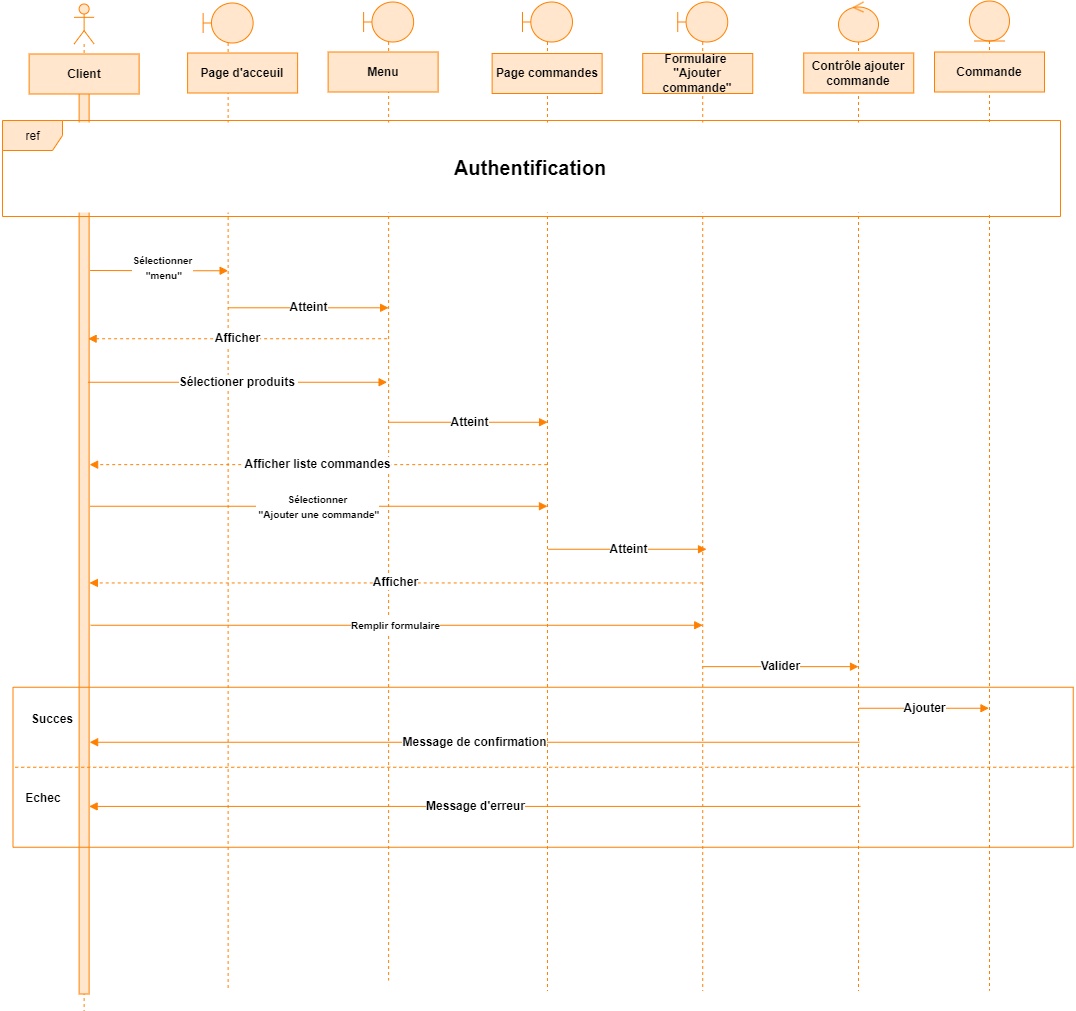
The draw.io diagram images/Cas_ etablir commande.png in alizhassane/pfe, before a commit. Source tidied: cells renumbered, new cells last; positions are measured from the earlier drawing's top-left corner, leaving out a move shared by most shapes.
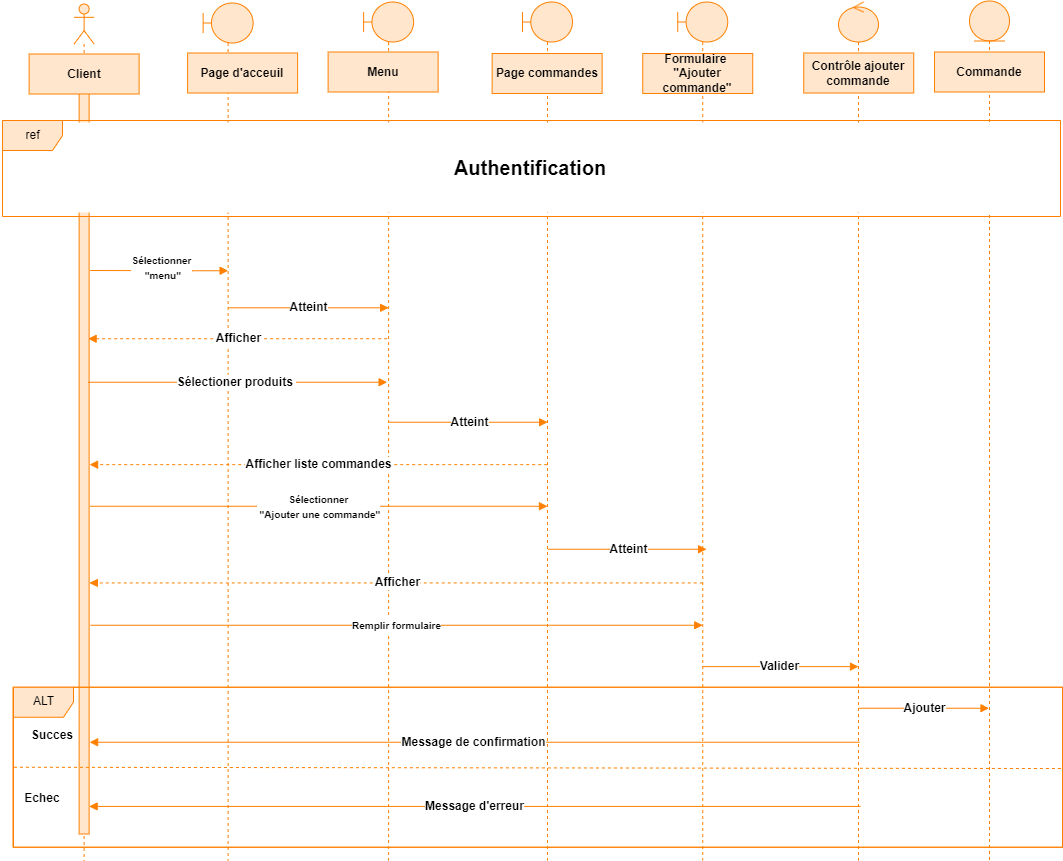
After the commit.

Diff of the diagram source:
```diff
@@ -3,25 +3,25 @@
     <mxCell id="0" />
     <mxCell id="1" parent="0" />
     <mxCell id="2" style="shape=umlLifeline;perimeter=lifelinePerimeter;whiteSpace=wrap;html=1;newEdgeStyle={&quot;curved&quot;:0,&quot;rounded&quot;:0};participant=umlControl;strokeColor=#FF8000;align=center;verticalAlign=middle;fontFamily=Helvetica;fontSize=12;fontColor=default;fontStyle=1;fillColor=#FFE6CC;" parent="1" vertex="1">
-      <mxGeometry x="838" y="1.5" width="40" height="988.5" as="geometry" />
+      <mxGeometry x="838" y="1.5" width="40" height="858.5" as="geometry" />
     </mxCell>
     <mxCell id="3" style="shape=umlLifeline;perimeter=lifelinePerimeter;whiteSpace=wrap;html=1;newEdgeStyle={&quot;curved&quot;:0,&quot;rounded&quot;:0};participant=umlBoundary;strokeColor=#FF8000;align=center;verticalAlign=middle;fontFamily=Helvetica;fontSize=12;fontColor=default;fontStyle=1;fillColor=#FFE6CC;" parent="1" vertex="1">
-      <mxGeometry x="677.2" y="1.5" width="50" height="988.5" as="geometry" />
+      <mxGeometry x="677.2" y="1.5" width="50" height="858.5" as="geometry" />
     </mxCell>
     <mxCell id="4" style="shape=umlLifeline;perimeter=lifelinePerimeter;whiteSpace=wrap;html=1;newEdgeStyle={&quot;curved&quot;:0,&quot;rounded&quot;:0};participant=umlBoundary;strokeColor=#FF8000;align=center;verticalAlign=middle;fontFamily=Helvetica;fontSize=12;fontColor=default;fontStyle=1;fillColor=#FFE6CC;" parent="1" vertex="1">
-      <mxGeometry x="522" y="1.5" width="50" height="988.5" as="geometry" />
+      <mxGeometry x="522" y="1.5" width="50" height="858.5" as="geometry" />
     </mxCell>
     <mxCell id="5" style="shape=umlLifeline;perimeter=lifelinePerimeter;whiteSpace=wrap;html=1;newEdgeStyle={&quot;curved&quot;:0,&quot;rounded&quot;:0};participant=umlActor;strokeColor=#FF8000;align=center;verticalAlign=middle;fontFamily=Helvetica;fontSize=12;fontColor=default;fontStyle=1;fillColor=#FFE6CC;" parent="1" vertex="1">
-      <mxGeometry x="73.6" y="3.5" width="20" height="1006.5" as="geometry" />
+      <mxGeometry x="73.6" y="3.5" width="20" height="856.5" as="geometry" />
     </mxCell>
     <mxCell id="6" style="html=1;points=[[0,0,0,0,5],[0,1,0,0,-5],[1,0,0,0,5],[1,1,0,0,-5]];perimeter=orthogonalPerimeter;outlineConnect=0;targetShapes=umlLifeline;portConstraint=eastwest;newEdgeStyle={&quot;curved&quot;:0,&quot;rounded&quot;:0};fillColor=#FFE6CC;strokeColor=#FF8000;align=center;verticalAlign=middle;fontFamily=Helvetica;fontSize=12;fontColor=default;fontStyle=1;" parent="5" vertex="1">
-      <mxGeometry x="5" y="70" width="10" height="920" as="geometry" />
+      <mxGeometry x="5" y="70" width="10" height="760" as="geometry" />
     </mxCell>
     <mxCell id="7" style="shape=umlLifeline;perimeter=lifelinePerimeter;whiteSpace=wrap;html=1;newEdgeStyle={&quot;curved&quot;:0,&quot;rounded&quot;:0};participant=umlBoundary;strokeColor=#FF8000;align=center;verticalAlign=middle;fontFamily=Helvetica;fontSize=12;fontColor=default;fontStyle=1;fillColor=#FFE6CC;" parent="1" vertex="1">
-      <mxGeometry x="363.1" y="1.5" width="50" height="978.5" as="geometry" />
+      <mxGeometry x="363.1" y="1.5" width="50" height="858.5" as="geometry" />
     </mxCell>
     <mxCell id="8" style="shape=umlLifeline;perimeter=lifelinePerimeter;whiteSpace=wrap;html=1;newEdgeStyle={&quot;curved&quot;:0,&quot;rounded&quot;:0};participant=umlBoundary;strokeColor=#FF8000;align=center;verticalAlign=middle;fontFamily=Helvetica;fontSize=12;fontColor=default;fontStyle=1;fillColor=#FFE6CC;" parent="1" vertex="1">
-      <mxGeometry x="202.6" y="2.5" width="50" height="987.5" as="geometry" />
+      <mxGeometry x="202.6" y="2.5" width="50" height="857.5" as="geometry" />
     </mxCell>
     <mxCell id="9" value="Client" style="rounded=0;whiteSpace=wrap;html=1;fillColor=#FFE6CC;strokeColor=#FF8000;align=center;verticalAlign=middle;fontFamily=Helvetica;fontSize=12;fontColor=default;fontStyle=1;" parent="1" vertex="1">
       <mxGeometry x="28.6" y="53.5" width="110" height="40" as="geometry" />
@@ -72,10 +72,10 @@
       </mxGeometry>
     </mxCell>
     <mxCell id="19" style="swimlane;startSize=0;fillColor=#FFE6CC;strokeColor=#FF8000;align=center;verticalAlign=middle;fontFamily=Helvetica;fontSize=12;fontColor=default;fontStyle=1;" parent="1" vertex="1">
-      <mxGeometry x="12.5" y="686.8" width="1060.2" height="160" as="geometry" />
+      <mxGeometry x="12.5" y="686.8" width="1049.5" height="160" as="geometry" />
     </mxCell>
     <mxCell id="20" value="&lt;b&gt;Succes&lt;/b&gt;" style="text;html=1;align=center;verticalAlign=middle;whiteSpace=wrap;rounded=0;fontFamily=Helvetica;fontSize=12;fontColor=default;fontStyle=1;" parent="19" vertex="1">
-      <mxGeometry x="9.2" y="17.5" width="60" height="30" as="geometry" />
+      <mxGeometry x="9.2" y="33.5" width="60" height="30" as="geometry" />
     </mxCell>
     <mxCell id="21" value="&lt;b&gt;Echec&lt;/b&gt;" style="text;html=1;align=center;verticalAlign=middle;whiteSpace=wrap;rounded=0;fontFamily=Helvetica;fontSize=12;fontColor=default;fontStyle=1;" parent="19" vertex="1">
       <mxGeometry y="96" width="60" height="30" as="geometry" />
@@ -85,9 +85,8 @@
         <mxPoint x="847.5" y="119.2" as="sourcePoint" />
       </mxGeometry>
     </mxCell>
-    <mxCell id="23" style="html=1;verticalAlign=middle;endArrow=none;curved=0;rounded=0;dashed=1;endFill=0;entryX=0;entryY=0.75;entryDx=0;entryDy=0;strokeColor=#FF8000;align=center;fontFamily=Helvetica;fontSize=12;fontColor=default;fontStyle=1;fillColor=#FFE6CC;" parent="19" edge="1">
+    <mxCell id="23" style="html=1;verticalAlign=middle;endArrow=none;curved=0;rounded=0;dashed=1;endFill=0;entryX=0;entryY=0.75;entryDx=0;entryDy=0;strokeColor=#FF8000;align=center;fontFamily=Helvetica;fontSize=12;fontColor=default;fontStyle=1;fillColor=#FFE6CC;exitX=0.998;exitY=0.508;exitDx=0;exitDy=0;exitPerimeter=0;" parent="19" edge="1" source="26">
       <mxGeometry relative="1" as="geometry">
-        <mxPoint x="1061.2" y="80" as="sourcePoint" />
         <mxPoint x="1" y="80" as="targetPoint" />
       </mxGeometry>
     </mxCell>
@@ -97,64 +96,67 @@
         <mxPoint x="76.6" y="55" as="targetPoint" />
       </mxGeometry>
     </mxCell>
-    <mxCell id="25" value="Ajouter" style="html=1;verticalAlign=middle;endArrow=block;curved=0;rounded=0;strokeColor=#FF8000;align=center;fontFamily=Helvetica;fontSize=12;fontColor=default;fontStyle=1;fillColor=#FFE6CC;" parent="19" edge="1" target="32">
+    <mxCell id="25" value="Ajouter" style="html=1;verticalAlign=middle;endArrow=block;curved=0;rounded=0;strokeColor=#FF8000;align=center;fontFamily=Helvetica;fontSize=12;fontColor=default;fontStyle=1;fillColor=#FFE6CC;" parent="19" edge="1" target="33">
       <mxGeometry x="-0.01" relative="1" as="geometry">
         <mxPoint x="846" y="21" as="sourcePoint" />
       </mxGeometry>
     </mxCell>
-    <mxCell id="26" value="Formulaire&amp;nbsp;&lt;div&gt;&lt;span style=&quot;background-color: initial;&quot;&gt;&quot;Ajouter commande&quot;&lt;/span&gt;&lt;/div&gt;" style="rounded=0;whiteSpace=wrap;html=1;fillColor=#FFE6CC;strokeColor=#FF8000;align=center;verticalAlign=middle;fontFamily=Helvetica;fontSize=12;fontColor=default;fontStyle=1;" parent="1" vertex="1">
-      <mxGeometry x="642.2" y="53" width="110" height="40" as="geometry" />
+    <mxCell id="26" value="ALT" style="shape=umlFrame;whiteSpace=wrap;html=1;fillColor=#FFE6CC;strokeColor=#FF8000;align=center;verticalAlign=middle;fontFamily=Helvetica;fontSize=12;fontColor=default;" parent="19" vertex="1">
+      <mxGeometry x="0.5" width="1049.5" height="160" as="geometry" />
     </mxCell>
-    <mxCell id="27" value="Afficher liste commandes" style="html=1;verticalAlign=middle;endArrow=block;curved=0;rounded=0;dashed=1;strokeColor=#FF8000;align=center;fontFamily=Helvetica;fontSize=12;fontColor=default;fontStyle=1;fillColor=#FFE6CC;" parent="1" edge="1">
-      <mxGeometry relative="1" as="geometry">
-        <mxPoint x="546.7" y="464.1" as="sourcePoint" />
-        <mxPoint x="89.1" y="464.1" as="targetPoint" />
-      </mxGeometry>
+    <mxCell id="27" value="Formulaire&amp;nbsp;&lt;div&gt;&lt;span style=&quot;background-color: initial;&quot;&gt;&quot;Ajouter commande&quot;&lt;/span&gt;&lt;/div&gt;" style="rounded=0;whiteSpace=wrap;html=1;fillColor=#FFE6CC;strokeColor=#FF8000;align=center;verticalAlign=middle;fontFamily=Helvetica;fontSize=12;fontColor=default;fontStyle=1;" parent="1" vertex="1">
+      <mxGeometry x="642.2" y="53" width="110" height="40" as="geometry" />
     </mxCell>
-    <mxCell id="28" value="&lt;span style=&quot;font-size: 10px;&quot;&gt;Sélectionner&lt;/span&gt;&lt;div&gt;&lt;span style=&quot;font-size: 10px;&quot;&gt;&amp;nbsp;&quot;Ajouter une commande&quot;&lt;/span&gt;&lt;/div&gt;" style="html=1;verticalAlign=middle;endArrow=block;curved=0;rounded=0;strokeColor=#FF8000;align=center;fontFamily=Helvetica;fontSize=12;fontColor=default;fontStyle=1;fillColor=#FFE6CC;" parent="1" edge="1">
+    <mxCell id="28" value="Afficher liste commandes" style="html=1;verticalAlign=middle;endArrow=block;curved=0;rounded=0;dashed=1;strokeColor=#FF8000;align=center;fontFamily=Helvetica;fontSize=12;fontColor=default;fontStyle=1;fillColor=#FFE6CC;" parent="1" edge="1">
       <mxGeometry relative="1" as="geometry">
-        <mxPoint x="89.7" y="505.8" as="sourcePoint" />
-        <mxPoint x="547" y="505.8" as="targetPoint" />
+        <mxPoint x="546.7" y="464.1" as="sourcePoint" />
+        <mxPoint x="89.1" y="464.1" as="targetPoint" />
       </mxGeometry>
     </mxCell>
-    <mxCell id="29" value="Atteint" style="html=1;verticalAlign=middle;endArrow=block;curved=0;rounded=0;strokeColor=#FF8000;align=center;fontFamily=Helvetica;fontSize=12;fontColor=default;fontStyle=1;fillColor=#FFE6CC;" parent="1" edge="1">
+    <mxCell id="29" value="&lt;span style=&quot;font-size: 10px;&quot;&gt;Sélectionner&lt;/span&gt;&lt;div&gt;&lt;span style=&quot;font-size: 10px;&quot;&gt;&amp;nbsp;&quot;Ajouter une commande&quot;&lt;/span&gt;&lt;/div&gt;" style="html=1;verticalAlign=middle;endArrow=block;curved=0;rounded=0;strokeColor=#FF8000;align=center;fontFamily=Helvetica;fontSize=12;fontColor=default;fontStyle=1;fillColor=#FFE6CC;" parent="1" edge="1">
       <mxGeometry relative="1" as="geometry">
-        <mxPoint x="547.5" y="548.8" as="sourcePoint" />
-        <mxPoint x="706" y="548.8" as="targetPoint" />
+        <mxPoint x="89.7" y="505.8" as="sourcePoint" />
+        <mxPoint x="547" y="505.8" as="targetPoint" />
       </mxGeometry>
     </mxCell>
-    <mxCell id="30" value="Afficher" style="html=1;verticalAlign=middle;endArrow=block;curved=0;rounded=0;dashed=1;strokeColor=#FF8000;align=center;fontFamily=Helvetica;fontSize=12;fontColor=default;fontStyle=1;fillColor=#FFE6CC;entryX=0.977;entryY=0.52;entryDx=0;entryDy=0;entryPerimeter=0;" parent="1" edge="1">
+    <mxCell id="30" value="Atteint" style="html=1;verticalAlign=middle;endArrow=block;curved=0;rounded=0;strokeColor=#FF8000;align=center;fontFamily=Helvetica;fontSize=12;fontColor=default;fontStyle=1;fillColor=#FFE6CC;" parent="1" edge="1">
       <mxGeometry relative="1" as="geometry">
-        <mxPoint x="702.2" y="582.4" as="sourcePoint" />
-        <mxPoint x="88.9" y="582.4" as="targetPoint" />
+        <mxPoint x="547.5" y="548.8" as="sourcePoint" />
+        <mxPoint x="706" y="548.8" as="targetPoint" />
       </mxGeometry>
     </mxCell>
-    <mxCell id="31" value="&lt;span style=&quot;font-size: 10px;&quot;&gt;Remplir formulaire&lt;/span&gt;" style="html=1;verticalAlign=middle;endArrow=block;curved=0;rounded=0;strokeColor=#FF8000;align=center;fontFamily=Helvetica;fontSize=12;fontColor=default;fontStyle=1;fillColor=#FFE6CC;" parent="1" edge="1">
+    <mxCell id="31" value="Afficher" style="html=1;verticalAlign=middle;endArrow=block;curved=0;rounded=0;dashed=1;strokeColor=#FF8000;align=center;fontFamily=Helvetica;fontSize=12;fontColor=default;fontStyle=1;fillColor=#FFE6CC;entryX=0.977;entryY=0.52;entryDx=0;entryDy=0;entryPerimeter=0;" parent="1" edge="1">
       <mxGeometry relative="1" as="geometry">
-        <mxPoint x="90.1" y="624.8" as="sourcePoint" />
-        <mxPoint x="702.2" y="624.8" as="targetPoint" />
+        <mxPoint x="702.2" y="582.4" as="sourcePoint" />
+        <mxPoint x="88.9" y="582.4" as="targetPoint" />
       </mxGeometry>
     </mxCell>
-    <mxCell id="32" style="shape=umlLifeline;perimeter=lifelinePerimeter;whiteSpace=wrap;html=1;outlineConnect=0;portConstraint=eastwest;newEdgeStyle={&quot;curved&quot;:0,&quot;rounded&quot;:0};participant=umlEntity;strokeColor=#FF8000;align=center;verticalAlign=middle;fontFamily=Helvetica;fontSize=12;fontColor=default;fontStyle=1;fillColor=#FFE6CC;" parent="1" vertex="1">
-      <mxGeometry x="969" y="0.5" width="40" height="989.5" as="geometry" />
+    <mxCell id="32" value="&lt;span style=&quot;font-size: 10px;&quot;&gt;Remplir formulaire&lt;/span&gt;" style="html=1;verticalAlign=middle;endArrow=block;curved=0;rounded=0;strokeColor=#FF8000;align=center;fontFamily=Helvetica;fontSize=12;fontColor=default;fontStyle=1;fillColor=#FFE6CC;" parent="1" edge="1">
+      <mxGeometry relative="1" as="geometry">
+        <mxPoint x="90.1" y="624.8" as="sourcePoint" />
+        <mxPoint x="702.2" y="624.8" as="targetPoint" />
+      </mxGeometry>
     </mxCell>
-    <mxCell id="33" value="Commande" style="rounded=0;whiteSpace=wrap;html=1;fillColor=#FFE6CC;strokeColor=#FF8000;align=center;verticalAlign=middle;fontFamily=Helvetica;fontSize=12;fontColor=default;fontStyle=1;" parent="1" vertex="1">
-      <mxGeometry x="934" y="51.5" width="110" height="40" as="geometry" />
+    <mxCell id="33" style="shape=umlLifeline;perimeter=lifelinePerimeter;whiteSpace=wrap;html=1;outlineConnect=0;portConstraint=eastwest;newEdgeStyle={&quot;curved&quot;:0,&quot;rounded&quot;:0};participant=umlEntity;strokeColor=#FF8000;align=center;verticalAlign=middle;fontFamily=Helvetica;fontSize=12;fontColor=default;fontStyle=1;fillColor=#FFE6CC;" parent="1" vertex="1">
+      <mxGeometry x="969" y="0.5" width="40" height="859.5" as="geometry" />
     </mxCell>
-    <mxCell id="34" value="Valider" style="html=1;verticalAlign=middle;endArrow=block;curved=0;rounded=0;strokeColor=#FF8000;align=center;fontFamily=Helvetica;fontSize=12;fontColor=default;fontStyle=1;fillColor=#FFE6CC;" parent="1" edge="1">
-      <mxGeometry relative="1" as="geometry">
-        <mxPoint x="702.2" y="666.1" as="sourcePoint" />
-        <mxPoint x="858" y="666.1" as="targetPoint" />
-      </mxGeometry>
+    <mxCell id="34" value="Commande" style="rounded=0;whiteSpace=wrap;html=1;fillColor=#FFE6CC;strokeColor=#FF8000;align=center;verticalAlign=middle;fontFamily=Helvetica;fontSize=12;fontColor=default;fontStyle=1;" parent="1" vertex="1">
+      <mxGeometry x="934" y="51.5" width="110" height="40" as="geometry" />
     </mxCell>
-    <mxCell id="35" style="group;" parent="1" vertex="1">
-      <mxGeometry y="120" width="1060" height="125" as="geometry" />
+    <mxCell id="35" value="Valider" style="html=1;verticalAlign=middle;endArrow=block;curved=0;rounded=0;strokeColor=#FF8000;align=center;fontFamily=Helvetica;fontSize=12;fontColor=default;fontStyle=1;fillColor=#FFE6CC;" parent="1" edge="1">
+      <mxGeometry relative="1" as="geometry">
+        <mxPoint x="702.2" y="666.1" as="sourcePoint" />
+        <mxPoint x="858" y="666.1" as="targetPoint" />
+      </mxGeometry>
     </mxCell>
-    <mxCell id="36" value="&lt;b&gt;&lt;font style=&quot;font-size: 20px;&quot;&gt;Authentification&lt;/font&gt;&lt;/b&gt;" style="rounded=0;whiteSpace=wrap;html=1;align=center;verticalAlign=middle;fontFamily=Helvetica;fontSize=12;strokeColor=none;fontColor=default;fillColor=#FFFFFF;" parent="35" vertex="1">
-      <mxGeometry y="2" width="1060" height="90" as="geometry" />
+    <mxCell id="36" style="group;" parent="1" vertex="1">
+      <mxGeometry y="120" width="1060" height="125" as="geometry" />
     </mxCell>
-    <mxCell id="37" value="ref" style="shape=umlFrame;whiteSpace=wrap;html=1;fillColor=#FFE6CC;strokeColor=#FF8000;" parent="35" vertex="1">
-      <mxGeometry x="2" width="1058" height="96" as="geometry" />
+    <mxCell id="37" value="&lt;b&gt;&lt;font style=&quot;font-size: 20px;&quot;&gt;Authentification&lt;/font&gt;&lt;/b&gt;" style="rounded=0;whiteSpace=wrap;html=1;align=center;verticalAlign=middle;fontFamily=Helvetica;fontSize=12;strokeColor=none;fontColor=default;fillColor=#FFFFFF;" parent="36" vertex="1">
+      <mxGeometry y="2" width="1060" height="90" as="geometry" />
     </mxCell>
+    <mxCell id="38" value="ref" style="shape=umlFrame;whiteSpace=wrap;html=1;fillColor=#FFE6CC;strokeColor=#FF8000;" parent="36" vertex="1">
+      <mxGeometry x="2" width="1058" height="96" as="geometry" />
+    </mxCell>
   </root>
 </mxGraphModel>
```
